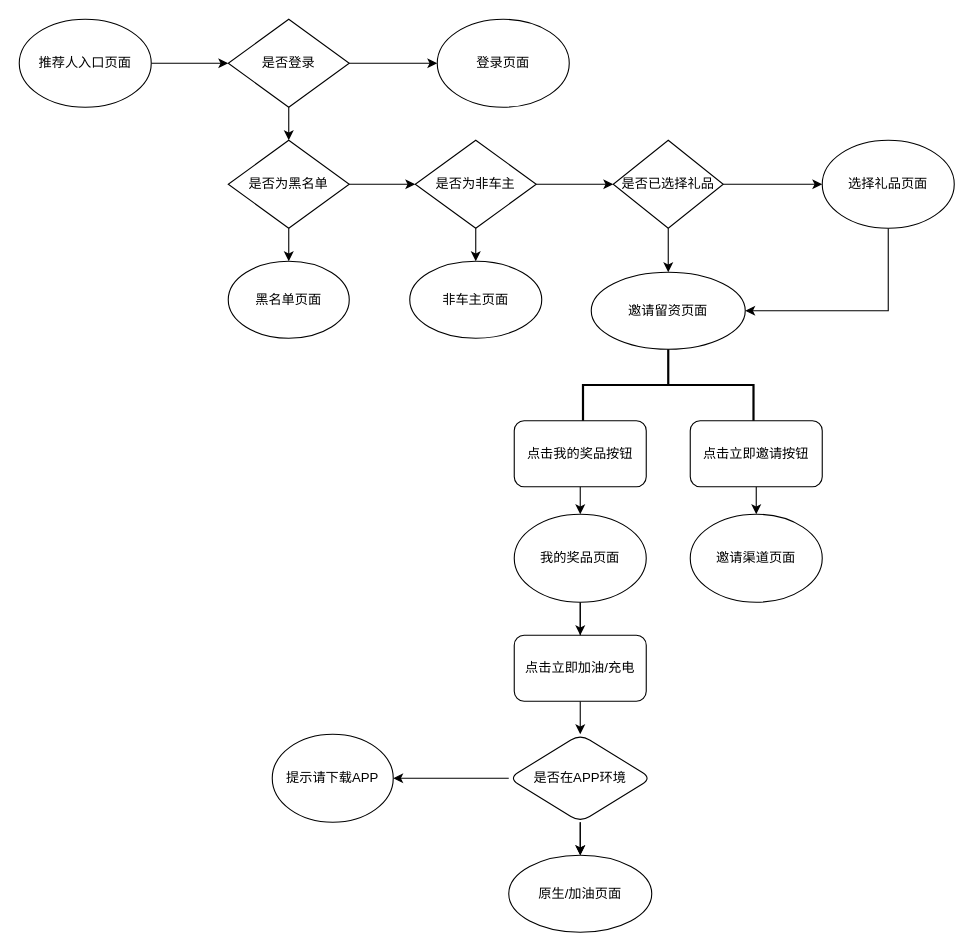
SCVAMY/weidaima_ keeps this draw.io diagram as 未命名绘图.drawio. Above is the earlier version. Source tidied: cells renumbered, new cells numbered last; positions are measured from the earlier drawing's top-left corner, leaving out a move shared by most shapes. Both pictures are drawn from the tidied source at 110%, with x=0, y=0 at pixel (19, 19).
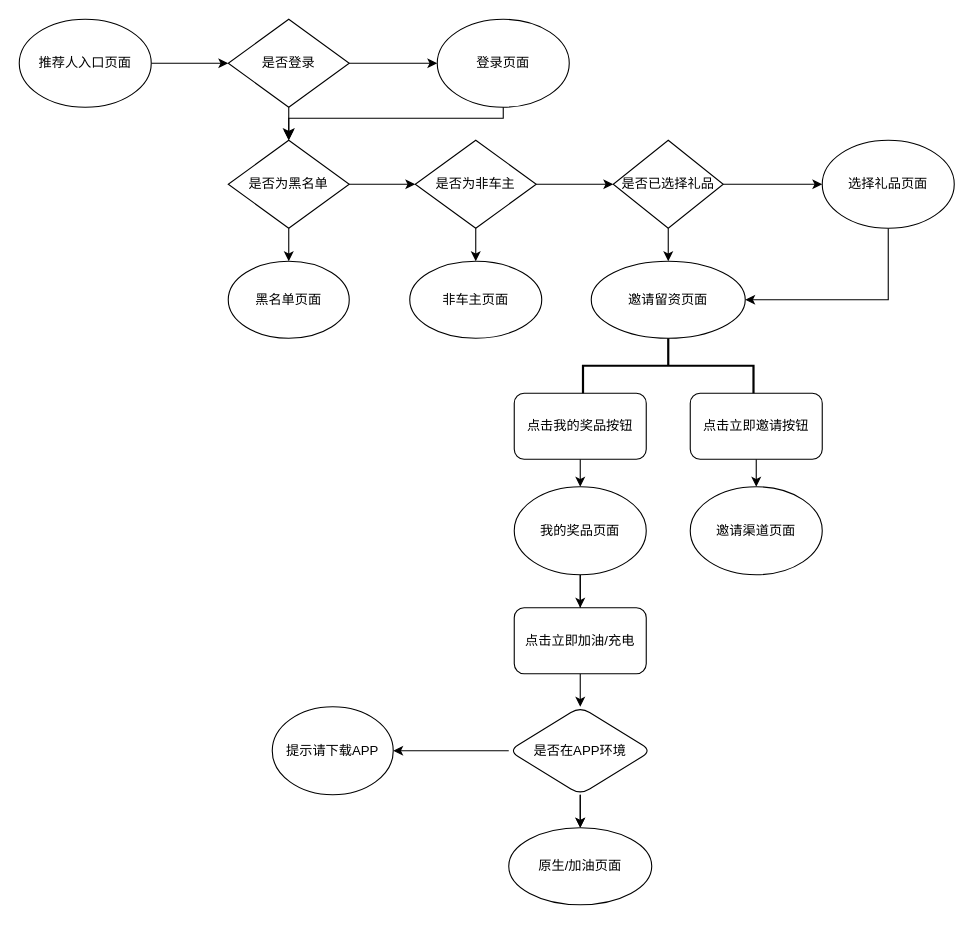
The same diagram, later.

Commit message (it also covers changes not shown here):
更新未命名绘图.drawio

Unchanged cells that the change refers to:
```xml
<mxCell id="9" value="是否为黑名单" style="rhombus;whiteSpace=wrap;html=1;" parent="1" vertex="1">
  <mxGeometry x="190" y="110" width="110" height="80" as="geometry" />
</mxCell>
<mxCell id="10" value="登录页面" style="ellipse;whiteSpace=wrap;html=1;" parent="1" vertex="1">
  <mxGeometry x="380" width="120" height="80" as="geometry" />
</mxCell>
<mxCell id="21" value="选择礼品页面" style="ellipse;whiteSpace=wrap;html=1;" parent="1" vertex="1">
  <mxGeometry x="730" y="110" width="120" height="80" as="geometry" />
</mxCell>
```

The edit, as a diff of the source:
```diff
@@
     <mxCell id="19" value="邀请留资页面" style="ellipse;whiteSpace=wrap;html=1;" parent="1" vertex="1">
-      <mxGeometry x="520" y="230" width="140" height="70" as="geometry" />
+      <mxGeometry x="520" y="220" width="140" height="70" as="geometry" />
     </mxCell>
     <mxCell id="20" style="edgeStyle=none;rounded=0;jettySize=auto;html=1;entryX=1;entryY=0.5;entryDx=0;entryDy=0;" parent="1" edge="1" source="21" target="19">
       <mxGeometry relative="1" as="geometry">
         <Array as="points">
-          <mxPoint x="790" y="265" />
+          <mxPoint x="790" y="255" />
         </Array>
       </mxGeometry>
     </mxCell>
@@
     <mxCell id="23" value="点击我的奖品按钮" style="rounded=1;whiteSpace=wrap;html=1;" parent="1" vertex="1">
-      <mxGeometry x="450" y="365" width="120" height="60" as="geometry" />
+      <mxGeometry x="450" y="340" width="120" height="60" as="geometry" />
     </mxCell>
@@
     <mxCell id="25" value="点击立即邀请按钮" style="rounded=1;whiteSpace=wrap;html=1;" parent="1" vertex="1">
-      <mxGeometry x="610" y="365" width="120" height="60" as="geometry" />
+      <mxGeometry x="610" y="340" width="120" height="60" as="geometry" />
     </mxCell>
     <mxCell id="26" style="strokeWidth=2;html=1;shape=mxgraph.flowchart.annotation_2;align=left;labelPosition=right;direction=south;" parent="1" vertex="1">
-      <mxGeometry x="512.5" y="300" width="155" height="65" as="geometry" />
+      <mxGeometry x="512.5" y="290" width="155" height="50" as="geometry" />
     </mxCell>
     <mxCell id="27" style="edgeStyle=none;rounded=0;jettySize=auto;html=1;" parent="1" edge="1" source="29">
       <mxGeometry relative="1" as="geometry">
-        <mxPoint x="510" y="580" as="targetPoint" />
+        <mxPoint x="510" y="555" as="targetPoint" />
       </mxGeometry>
     </mxCell>
@@
     <mxCell id="29" value="我的奖品页面" style="ellipse;whiteSpace=wrap;html=1;rounded=1;" parent="1" vertex="1">
-      <mxGeometry x="450" y="450" width="120" height="80" as="geometry" />
+      <mxGeometry x="450" y="425" width="120" height="80" as="geometry" />
     </mxCell>
     <mxCell id="30" value="邀请渠道页面" style="ellipse;whiteSpace=wrap;html=1;rounded=1;" parent="1" vertex="1">
-      <mxGeometry x="610" y="450" width="120" height="80" as="geometry" />
+      <mxGeometry x="610" y="425" width="120" height="80" as="geometry" />
     </mxCell>
@@
     <mxCell id="32" value="点击立即加油/充电" style="whiteSpace=wrap;html=1;rounded=1;" parent="1" vertex="1">
-      <mxGeometry x="450" y="560" width="120" height="60" as="geometry" />
+      <mxGeometry x="450" y="535" width="120" height="60" as="geometry" />
     </mxCell>
     <mxCell id="33" style="edgeStyle=none;rounded=0;jettySize=auto;html=1;" parent="1" edge="1" source="36">
       <mxGeometry relative="1" as="geometry">
-        <mxPoint x="510" y="760" as="targetPoint" />
+        <mxPoint x="510" y="735" as="targetPoint" />
       </mxGeometry>
     </mxCell>
@@
     <mxCell id="36" value="是否在APP环境" style="rhombus;whiteSpace=wrap;html=1;rounded=1;" parent="1" vertex="1">
-      <mxGeometry x="445" y="650" width="130" height="80" as="geometry" />
+      <mxGeometry x="445" y="625" width="130" height="80" as="geometry" />
     </mxCell>
     <mxCell id="37" value="提示请下载APP" style="ellipse;whiteSpace=wrap;html=1;rounded=1;" parent="1" vertex="1">
-      <mxGeometry x="230" y="650" width="110" height="80" as="geometry" />
+      <mxGeometry x="230" y="625" width="110" height="80" as="geometry" />
     </mxCell>
     <mxCell id="38" value="原生/加油页面" style="ellipse;whiteSpace=wrap;html=1;rounded=1;" parent="1" vertex="1">
-      <mxGeometry x="445" y="760" width="130" height="70" as="geometry" />
+      <mxGeometry x="445" y="735" width="130" height="70" as="geometry" />
     </mxCell>
+    <mxCell id="39" style="edgeStyle=segmentEdgeStyle;endArrow=classic;html=1;curved=0;rounded=0;endSize=8;startSize=8;entryX=0.5;entryY=0;entryDx=0;entryDy=0;" parent="1" edge="1" source="10" target="9">
+      <mxGeometry relative="1" as="geometry">
+        <Array as="points">
+          <mxPoint x="440" y="90" />
+          <mxPoint x="245" y="90" />
+        </Array>
+      </mxGeometry>
+    </mxCell>
```
